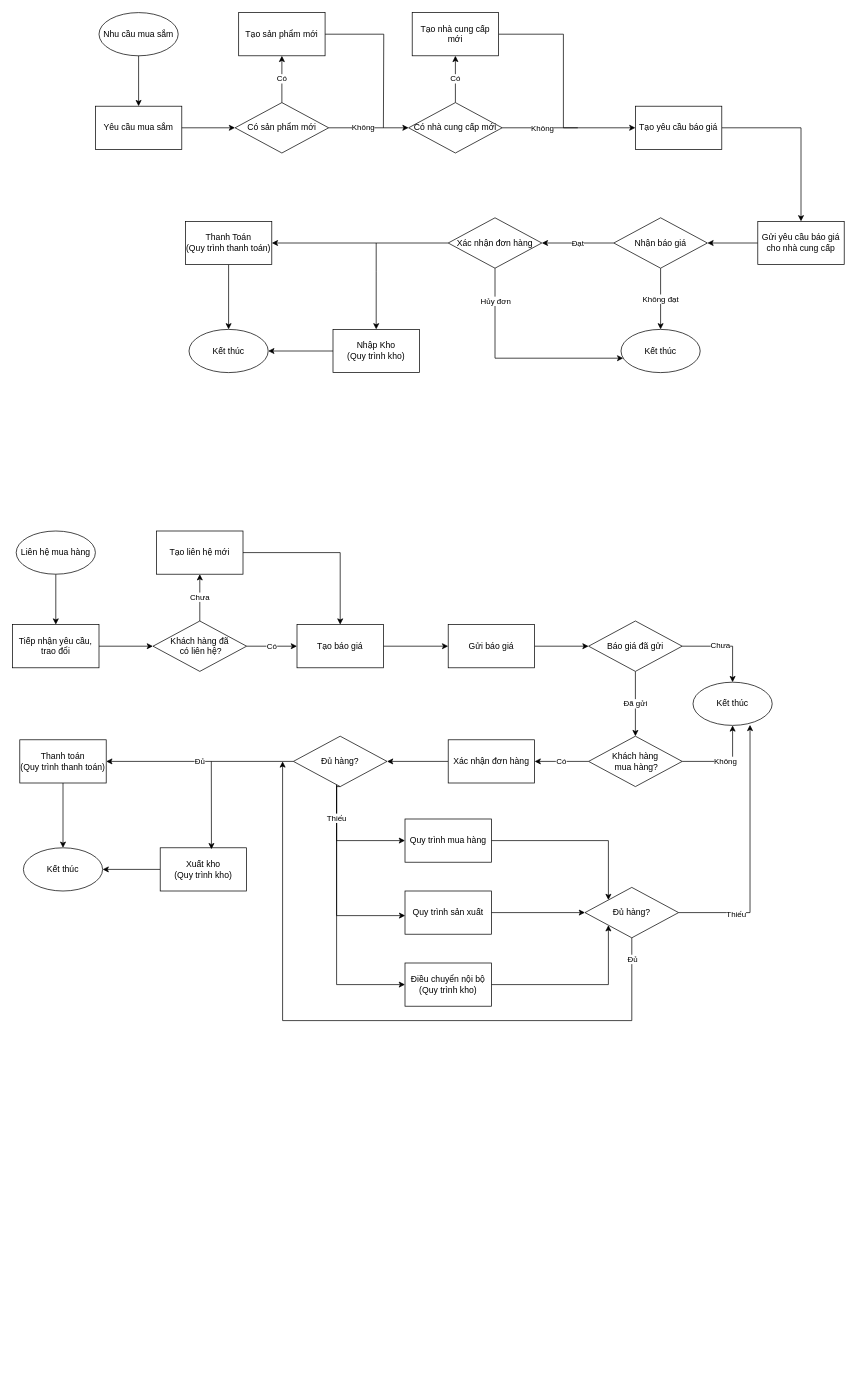
Above: page "Odoo-ERP" (1 of 3) of MuaHangOdoo.drawio in nguyenvu16102001/weblt.github.io (draw.io), before the change. Source tidied: cells renumbered, new cells numbered last; positions are measured from the earlier drawing's top-left corner, leaving out a move shared by most shapes. Both pictures are drawn from the tidied source at 72%, with x=0, y=0 at pixel (12, 12).
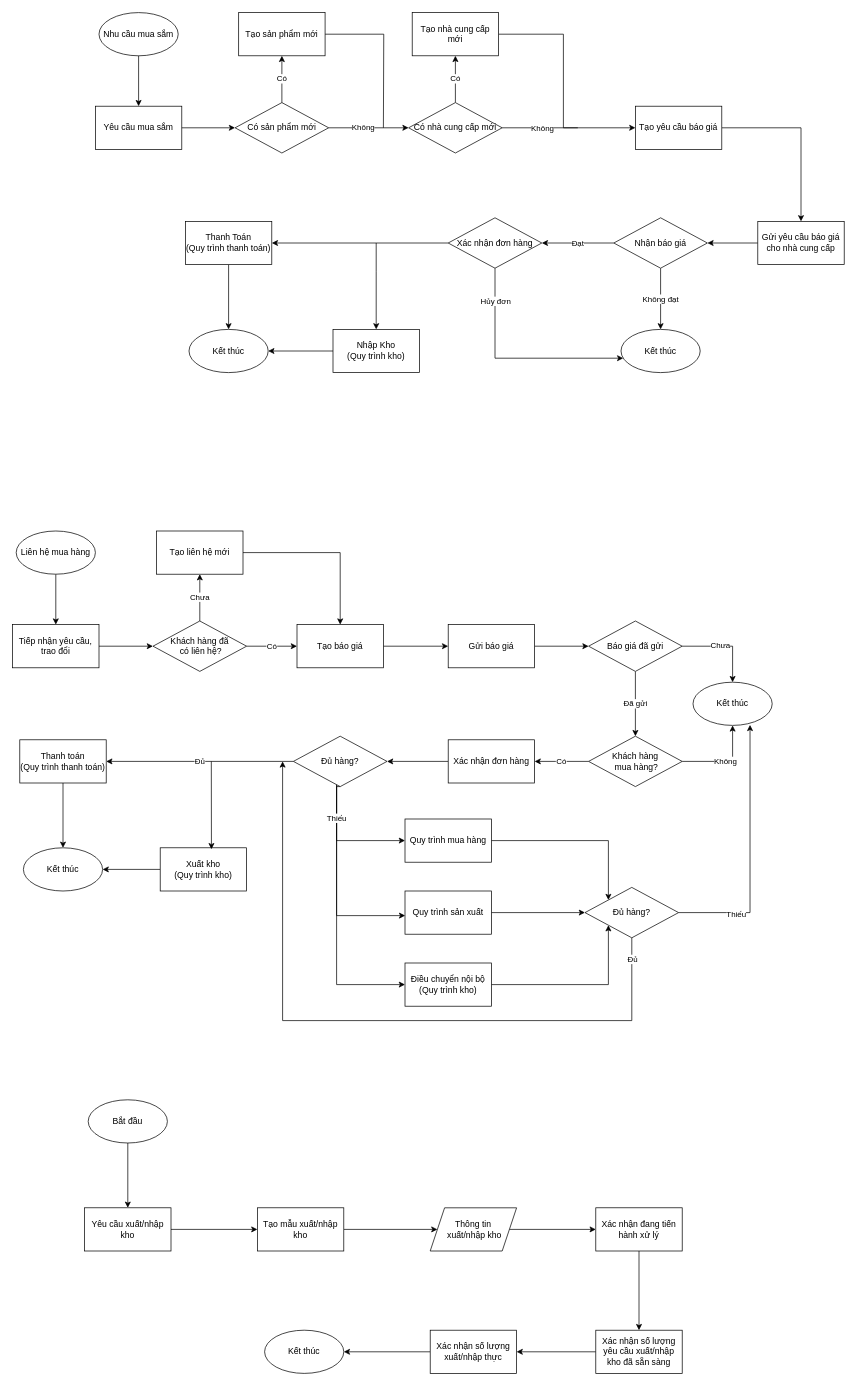
After the change.

What changed in the source:
```diff
@@
+    <mxCell id="80" style="edgeStyle=orthogonalEdgeStyle;rounded=0;jettySize=auto;html=1;" parent="1" edge="1" source="81" target="83">
+      <mxGeometry relative="1" as="geometry" />
+    </mxCell>
+    <mxCell id="81" value="Bắt đầu" style="ellipse;whiteSpace=wrap;html=1;" parent="1" vertex="1">
+      <mxGeometry x="105" y="1510" width="110" height="60" as="geometry" />
+    </mxCell>
+    <mxCell id="82" style="edgeStyle=orthogonalEdgeStyle;rounded=0;jettySize=auto;html=1;" parent="1" edge="1" source="83" target="85">
+      <mxGeometry relative="1" as="geometry" />
+    </mxCell>
+    <mxCell id="83" value="Yêu cầu xuất/nhập kho" style="rounded=0;whiteSpace=wrap;html=1;" parent="1" vertex="1">
+      <mxGeometry x="100" y="1660" width="120" height="60" as="geometry" />
+    </mxCell>
+    <mxCell id="84" style="edgeStyle=orthogonalEdgeStyle;rounded=0;jettySize=auto;html=1;" parent="1" edge="1" source="85" target="87">
+      <mxGeometry relative="1" as="geometry" />
+    </mxCell>
+    <mxCell id="85" value="Tạo mẫu xuất/nhập kho" style="rounded=0;whiteSpace=wrap;html=1;" parent="1" vertex="1">
+      <mxGeometry x="340" y="1660" width="120" height="60" as="geometry" />
+    </mxCell>
+    <mxCell id="86" style="edgeStyle=orthogonalEdgeStyle;rounded=0;jettySize=auto;html=1;entryX=0;entryY=0.5;entryDx=0;entryDy=0;" parent="1" edge="1" source="87" target="89">
+      <mxGeometry relative="1" as="geometry" />
+    </mxCell>
+    <mxCell id="87" value="Thông tin&lt;br&gt;&amp;nbsp;xuất/nhập kho" style="shape=parallelogram;perimeter=parallelogramPerimeter;whiteSpace=wrap;html=1;fixedSize=1;" parent="1" vertex="1">
+      <mxGeometry x="580" y="1660" width="120" height="60" as="geometry" />
+    </mxCell>
+    <mxCell id="88" style="edgeStyle=orthogonalEdgeStyle;rounded=0;jettySize=auto;html=1;" parent="1" edge="1" source="89" target="91">
+      <mxGeometry relative="1" as="geometry" />
+    </mxCell>
+    <mxCell id="89" value="Xác nhận đang tiến hành xử lý" style="rounded=0;whiteSpace=wrap;html=1;" parent="1" vertex="1">
+      <mxGeometry x="810" y="1660" width="120" height="60" as="geometry" />
+    </mxCell>
+    <mxCell id="90" style="edgeStyle=orthogonalEdgeStyle;rounded=0;jettySize=auto;html=1;" parent="1" edge="1" source="91" target="93">
+      <mxGeometry relative="1" as="geometry" />
+    </mxCell>
+    <mxCell id="91" value="Xác nhận số lượng yêu cầu xuất/nhập kho đã sẵn sàng" style="rounded=0;whiteSpace=wrap;html=1;" parent="1" vertex="1">
+      <mxGeometry x="810" y="1830" width="120" height="60" as="geometry" />
+    </mxCell>
+    <mxCell id="92" style="edgeStyle=orthogonalEdgeStyle;rounded=0;jettySize=auto;html=1;" parent="1" edge="1" source="93" target="94">
+      <mxGeometry relative="1" as="geometry" />
+    </mxCell>
+    <mxCell id="93" value="Xác nhận số lượng xuất/nhập thực" style="rounded=0;whiteSpace=wrap;html=1;" parent="1" vertex="1">
+      <mxGeometry x="580" y="1830" width="120" height="60" as="geometry" />
+    </mxCell>
+    <mxCell id="94" value="Kết thúc" style="ellipse;whiteSpace=wrap;html=1;" parent="1" vertex="1">
+      <mxGeometry x="350" y="1830" width="110" height="60" as="geometry" />
+    </mxCell>
```
